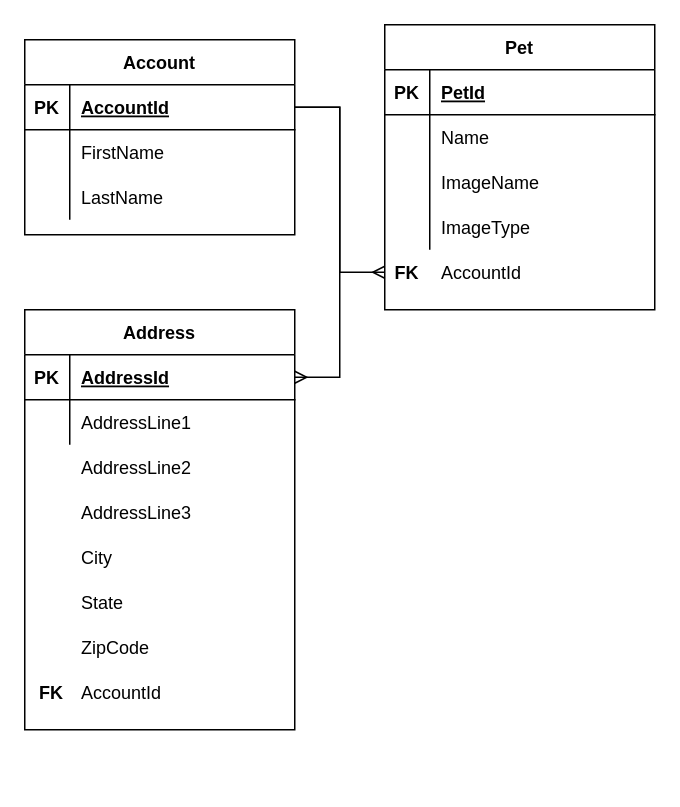
This is Documentation/Wireframes/EditableDocuments/account-database-design.drawio from hbux/ElancoRebatesProject, a draw.io file, before an edit. Source tidied: cells renumbered, new cells numbered last; positions are measured from the earlier drawing's top-left corner, leaving out a move shared by most shapes. Both pictures are drawn from the tidied source at 150%, with x=0, y=0 at pixel (24, 24).
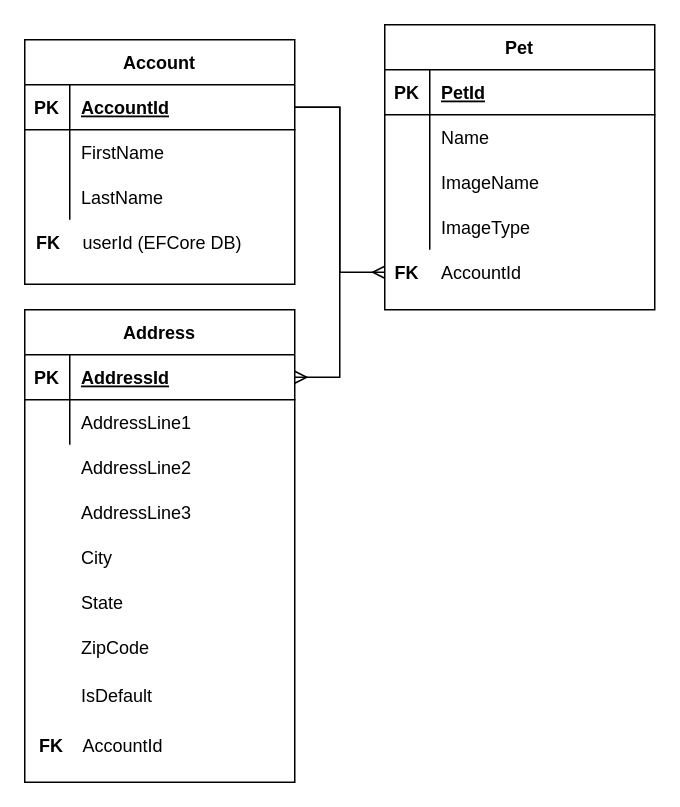
Above is the later version.

What changed in the source:
```diff
@@
     <mxCell id="2" value="Account" style="shape=table;startSize=30;childLayout=tableLayout;rowLines=0;fontStyle=1;align=center;" parent="1" vertex="1">
-      <mxGeometry y="10" width="180" height="130" as="geometry" />
+      <mxGeometry y="10" width="180" height="163" as="geometry" />
     </mxCell>
@@
     <mxCell id="29" value="Address" style="shape=table;startSize=30;childLayout=tableLayout;rowLines=0;fontStyle=1;align=center;" parent="1" vertex="1">
-      <mxGeometry y="190" width="180" height="280" as="geometry" />
+      <mxGeometry y="190" width="180" height="315" as="geometry" />
     </mxCell>
@@
     <mxCell id="51" style="shape=tableRow;horizontal=0;startSize=0;swimlaneHead=0;swimlaneBody=0;fillColor=none;top=0;left=0;right=0;bottom=0;" parent="1" vertex="1">
-      <mxGeometry y="430" width="180" height="30" as="geometry" />
+      <mxGeometry x="1" y="465" width="180" height="30" as="geometry" />
     </mxCell>
@@
     <mxCell id="54" value="FK" style="shape=partialRectangle;fillColor=none;top=0;left=0;bottom=0;right=0;fontStyle=1;overflow=hidden;" parent="1" vertex="1">
-      <mxGeometry x="3" y="430" width="30" height="30" as="geometry" />
+      <mxGeometry x="3" y="465" width="30" height="30" as="geometry" />
     </mxCell>
@@
+    <mxCell id="57" style="shape=tableRow;horizontal=0;startSize=0;swimlaneHead=0;swimlaneBody=0;fillColor=none;top=0;left=0;right=0;bottom=0;" parent="1" vertex="1">
+      <mxGeometry x="1" y="130" width="180" height="30" as="geometry" />
+    </mxCell>
+    <mxCell id="58" style="shape=partialRectangle;fillColor=none;top=0;left=0;bottom=0;right=0;overflow=hidden;" parent="57" vertex="1">
+      <mxGeometry width="30" height="30" as="geometry" />
+    </mxCell>
+    <mxCell id="59" value="userId (EFCore DB)" style="shape=partialRectangle;fillColor=none;top=0;left=0;bottom=0;right=0;align=left;spacingLeft=6;overflow=hidden;" parent="57" vertex="1">
+      <mxGeometry x="30" width="150" height="30" as="geometry" />
+    </mxCell>
+    <mxCell id="60" value="FK" style="shape=partialRectangle;fillColor=none;top=0;left=0;bottom=0;right=0;fontStyle=1;overflow=hidden;" parent="1" vertex="1">
+      <mxGeometry x="1" y="130" width="30" height="30" as="geometry" />
+    </mxCell>
+    <mxCell id="61" style="shape=tableRow;horizontal=0;startSize=0;swimlaneHead=0;swimlaneBody=0;fillColor=none;top=0;left=0;right=0;bottom=0;" parent="1" vertex="1">
+      <mxGeometry y="432" width="180" height="30" as="geometry" />
+    </mxCell>
+    <mxCell id="62" style="shape=partialRectangle;fillColor=none;top=0;left=0;bottom=0;right=0;overflow=hidden;" parent="61" vertex="1">
+      <mxGeometry width="30" height="30" as="geometry" />
+    </mxCell>
+    <mxCell id="63" value="IsDefault" style="shape=partialRectangle;fillColor=none;top=0;left=0;bottom=0;right=0;align=left;spacingLeft=6;overflow=hidden;" parent="61" vertex="1">
+      <mxGeometry x="30" width="150" height="30" as="geometry" />
+    </mxCell>
```
